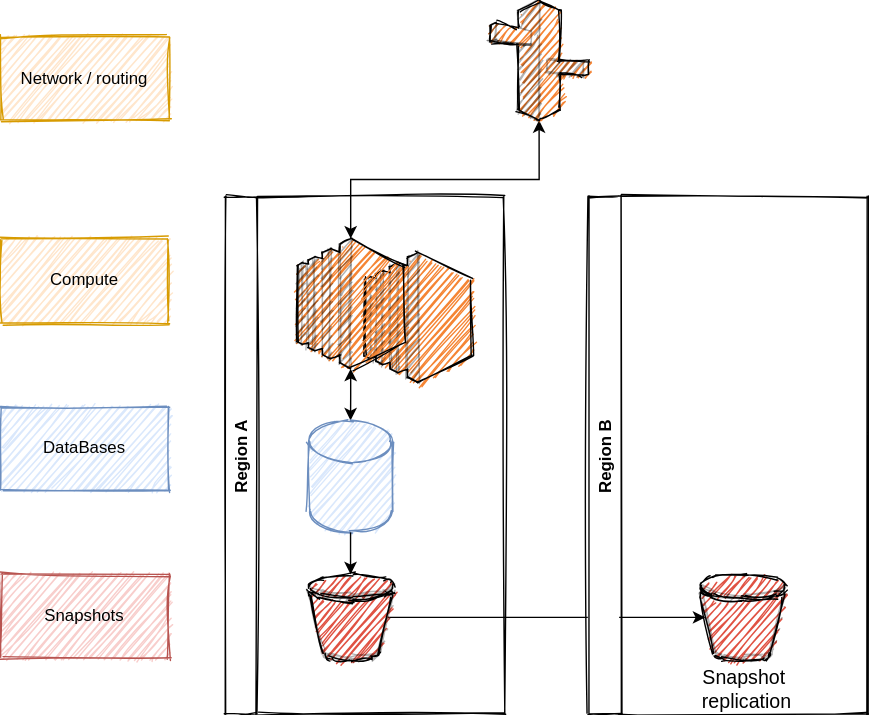
Earlier version of the draw.io export choas_engineering/active-recovery.drawio.svg (xNok/devops-lean-6sigma-toolbox). Source tidied: cells renumbered, new cells last; positions are measured from the earlier drawing's top-left corner, leaving out a move shared by most shapes.
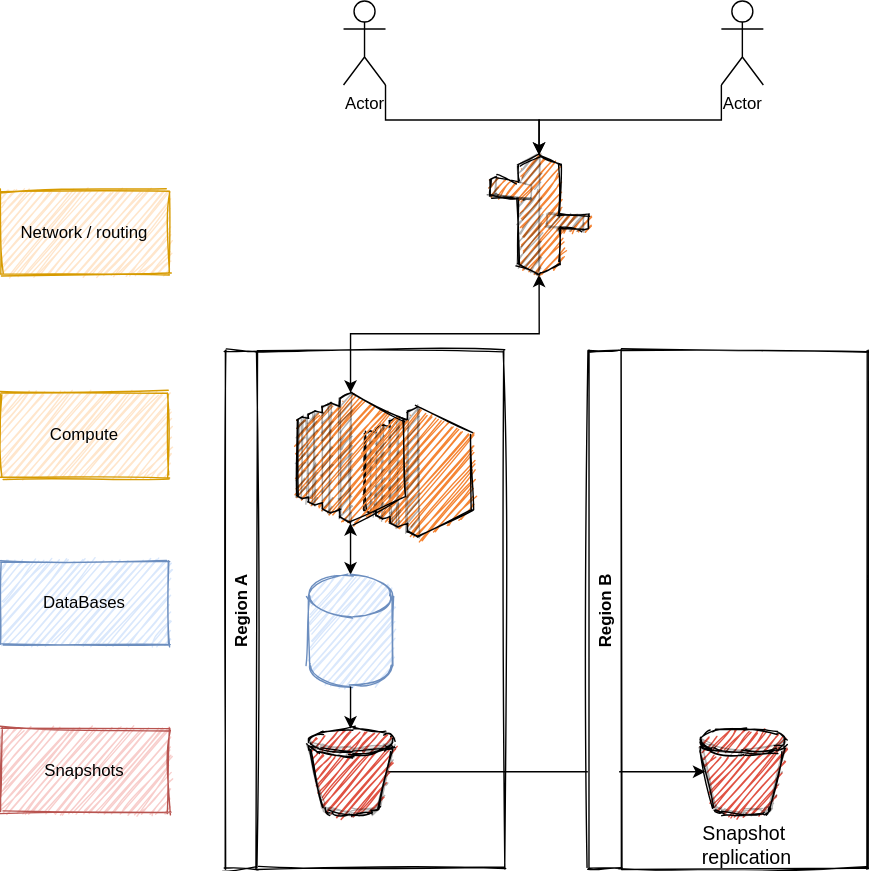
Later version of the same file.

What changed in the source:
```diff
@@ -55,5 +55,17 @@
     <mxCell id="18" value="Network / routing" style="rounded=0;whiteSpace=wrap;html=1;sketch=1;fillColor=#ffe6cc;strokeColor=#d79b00;" parent="1" vertex="1">
       <mxGeometry y="25.5" width="120" height="60" as="geometry" />
     </mxCell>
+    <mxCell id="19" style="edgeStyle=orthogonalEdgeStyle;rounded=0;jettySize=auto;html=1;exitX=1;exitY=1;exitDx=0;exitDy=0;exitPerimeter=0;entryX=0.5;entryY=0;entryDx=0;entryDy=0;entryPerimeter=0;" parent="1" edge="1" source="20" target="16">
+      <mxGeometry relative="1" as="geometry" />
+    </mxCell>
+    <mxCell id="20" value="Actor" style="shape=umlActor;verticalLabelPosition=bottom;verticalAlign=top;html=1;outlineConnect=0;" parent="1" vertex="1">
+      <mxGeometry x="245" y="-110" width="30" height="60" as="geometry" />
+    </mxCell>
+    <mxCell id="21" style="edgeStyle=orthogonalEdgeStyle;rounded=0;jettySize=auto;html=1;exitX=0;exitY=1;exitDx=0;exitDy=0;exitPerimeter=0;" parent="1" edge="1" source="22" target="16">
+      <mxGeometry relative="1" as="geometry" />
+    </mxCell>
+    <mxCell id="22" value="Actor" style="shape=umlActor;verticalLabelPosition=bottom;verticalAlign=top;html=1;outlineConnect=0;" parent="1" vertex="1">
+      <mxGeometry x="515" y="-110" width="30" height="60" as="geometry" />
+    </mxCell>
   </root>
 </mxGraphModel>
```
